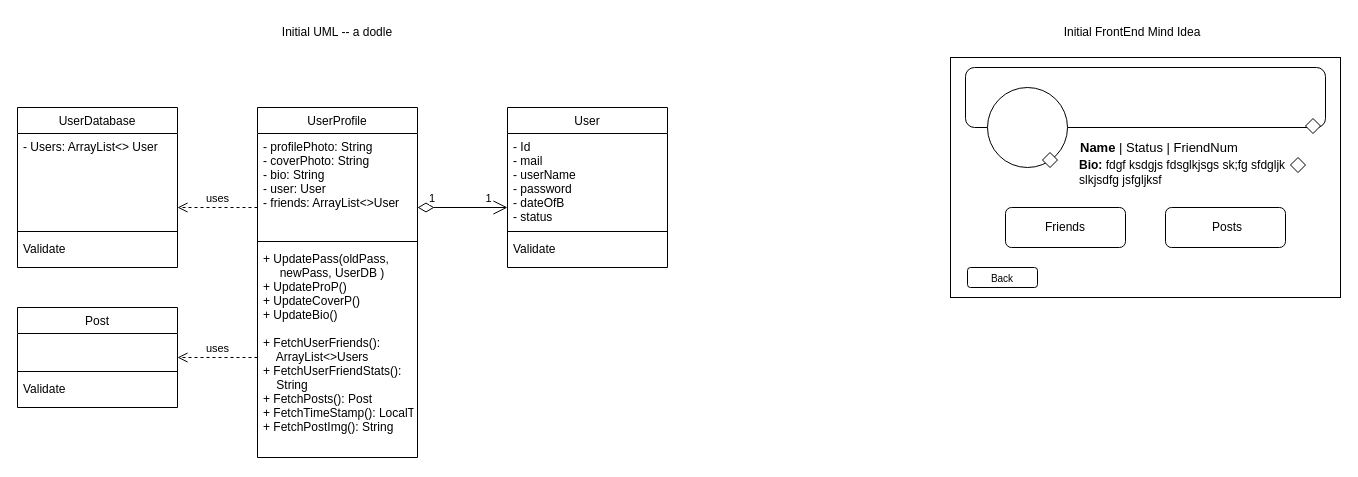
This is UMLs/Untitled Diagram.drawio from 0maroushdy/Connect_Hub, a draw.io file, before an edit. Source tidied: cells renumbered, new cells numbered last; positions are measured from the earlier drawing's top-left corner, leaving out a move shared by most shapes. Both pictures are drawn from the tidied source at 100%, with x=0, y=0 at pixel (17, 17).
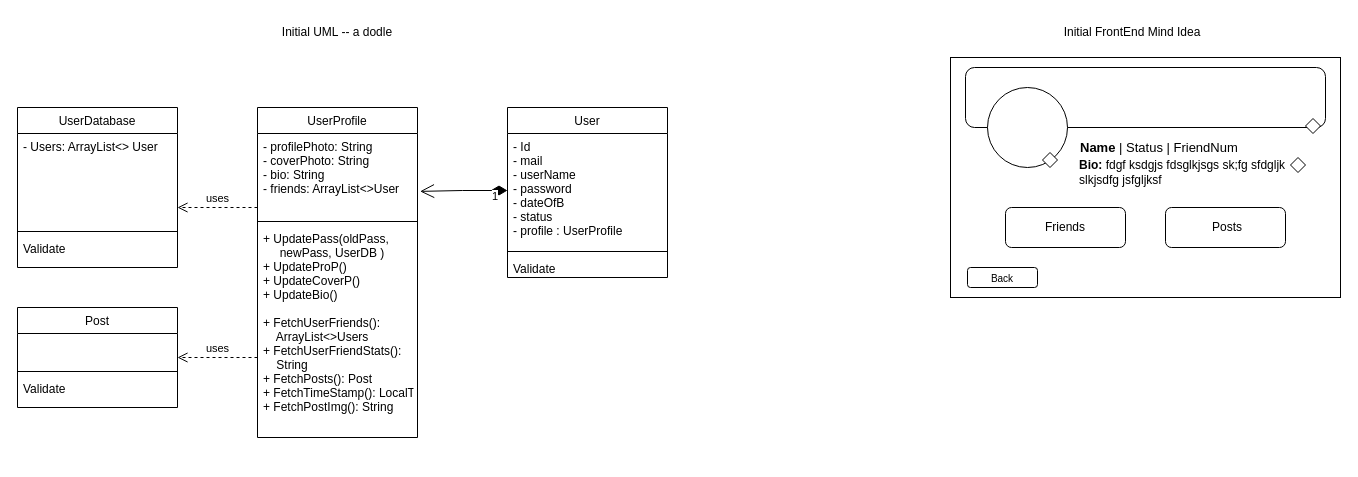
After the change.

Commit message (it also covers changes not shown here):
creating User Profile Calss (backEnd)

Change to the diagram source:
```diff
@@
     <mxCell id="2" value="UserProfile" style="swimlane;fontStyle=0;align=center;verticalAlign=top;horizontal=1;startSize=26;rounded=0;shadow=0;strokeWidth=1;" parent="1" vertex="1">
-      <mxGeometry x="240" y="90" width="160" height="350" as="geometry" />
+      <mxGeometry x="240" y="90" width="160" height="330" as="geometry" />
     </mxCell>
-    <mxCell id="3" value="- profilePhoto: String&#10;- coverPhoto: String&#10;- bio: String&#10;- user: User&#10;- friends: ArrayList&lt;&gt;User" style="text;align=left;verticalAlign=top;spacingLeft=4;spacingRight=4;overflow=hidden;points=[[0,0.5],[1,0.5]];portConstraint=eastwest;" parent="2" vertex="1">
-      <mxGeometry y="26" width="160" height="104" as="geometry" />
+    <mxCell id="3" value="- profilePhoto: String&#10;- coverPhoto: String&#10;- bio: String&#10;- friends: ArrayList&lt;&gt;User" style="text;align=left;verticalAlign=top;spacingLeft=4;spacingRight=4;overflow=hidden;points=[[0,0.5],[1,0.5]];portConstraint=eastwest;" parent="2" vertex="1">
+      <mxGeometry y="26" width="160" height="84" as="geometry" />
     </mxCell>
     <mxCell id="4" style="line;html=1;strokeWidth=1;align=left;verticalAlign=middle;spacingTop=-1;spacingLeft=3;spacingRight=3;labelPosition=right;" parent="2" vertex="1">
-      <mxGeometry y="130" width="160" height="8" as="geometry" />
+      <mxGeometry y="110" width="160" height="8" as="geometry" />
     </mxCell>
     <mxCell id="5" value="+ UpdatePass(oldPass, &#10;     newPass, UserDB )&#10;+ UpdateProP()&#10;+ UpdateCoverP()&#10;+ UpdateBio()&#10;&#10;+ FetchUserFriends(): &#10;    ArrayList&lt;&gt;Users&#10;+ FetchUserFriendStats(): &#10;    String&#10;+ FetchPosts(): Post&#10;+ FetchTimeStamp(): LocalT&#10;+ FetchPostImg(): String" style="text;align=left;verticalAlign=top;spacingLeft=4;spacingRight=4;overflow=hidden;" parent="2" vertex="1">
-      <mxGeometry y="138" width="160" height="212" as="geometry" />
+      <mxGeometry y="118" width="160" height="212" as="geometry" />
     </mxCell>
@@
     <mxCell id="7" value="User" style="swimlane;fontStyle=0;align=center;verticalAlign=top;horizontal=1;startSize=26;rounded=0;shadow=0;strokeWidth=1;" parent="1" vertex="1">
-      <mxGeometry x="490" y="90" width="160" height="160" as="geometry" />
+      <mxGeometry x="490" y="90" width="160" height="170" as="geometry" />
     </mxCell>
-    <mxCell id="8" value="- Id&#10;- mail&#10;- userName&#10;- password&#10;- dateOfB&#10;- status" style="text;align=left;verticalAlign=top;spacingLeft=4;spacingRight=4;overflow=hidden;points=[[0,0.5],[1,0.5]];portConstraint=eastwest;" parent="7" vertex="1">
-      <mxGeometry y="26" width="160" height="94" as="geometry" />
+    <mxCell id="8" value="- Id&#10;- mail&#10;- userName&#10;- password&#10;- dateOfB&#10;- status&#10;- profile : UserProfile" style="text;align=left;verticalAlign=top;spacingLeft=4;spacingRight=4;overflow=hidden;points=[[0,0.5],[1,0.5]];portConstraint=eastwest;" parent="7" vertex="1">
+      <mxGeometry y="26" width="160" height="114" as="geometry" />
     </mxCell>
-    <mxCell id="9" value="1" style="endArrow=open;html=1;endSize=12;startArrow=diamondThin;startSize=14;startFill=0;edgeStyle=orthogonalEdgeStyle;align=left;verticalAlign=bottom;rounded=0;" parent="7" edge="1">
-      <mxGeometry x="-0.78" relative="1" as="geometry">
-        <mxPoint x="-90" y="100" as="sourcePoint" />
-        <mxPoint y="100" as="targetPoint" />
-      </mxGeometry>
-    </mxCell>
-    <mxCell id="10" value="1" style="edgeLabel;html=1;align=center;verticalAlign=middle;" parent="9" vertex="1">
-      <mxGeometry x="0.85" y="4" relative="1" as="geometry">
-        <mxPoint x="-13" y="-6" as="offset" />
-      </mxGeometry>
-    </mxCell>
     <mxCell id="11" style="line;html=1;strokeWidth=1;align=left;verticalAlign=middle;spacingTop=-1;spacingLeft=3;spacingRight=3;labelPosition=right;" parent="7" vertex="1">
-      <mxGeometry y="120" width="160" height="8" as="geometry" />
+      <mxGeometry y="140" width="160" height="8" as="geometry" />
     </mxCell>
     <mxCell id="12" value="Validate" style="text;align=left;verticalAlign=top;spacingLeft=4;spacingRight=4;overflow=hidden;" parent="7" vertex="1">
-      <mxGeometry y="128" width="160" height="22" as="geometry" />
+      <mxGeometry y="148" width="160" height="22" as="geometry" />
     </mxCell>
@@
+    <mxCell id="38" value="1" style="endArrow=open;html=1;endSize=12;startArrow=diamondThin;startSize=14;startFill=1;edgeStyle=orthogonalEdgeStyle;align=left;verticalAlign=bottom;rounded=0;exitX=0;exitY=0.5;exitDx=0;exitDy=0;entryX=1.016;entryY=0.689;entryDx=0;entryDy=0;entryPerimeter=0;" parent="1" edge="1" source="8" target="3">
+      <mxGeometry x="-0.61" y="15" relative="1" as="geometry" />
+    </mxCell>
```
